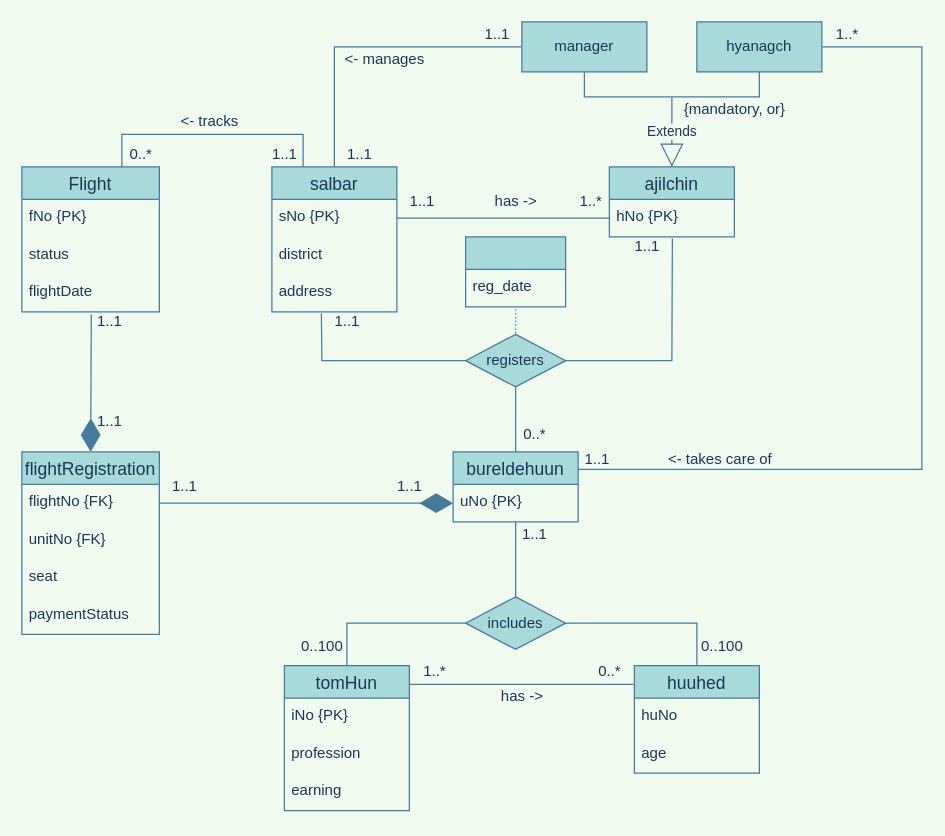
Above: page "Page-3" (3 of 3) of Untitled Diagram.drawio in Tseku210/database_ERD (draw.io), before the change. Source tidied: cells renumbered, new cells numbered last; positions are measured from the earlier drawing's top-left corner, leaving out a move shared by most shapes. Both pictures are drawn from the tidied source at 125%, with x=0, y=0 at pixel (21, 21).
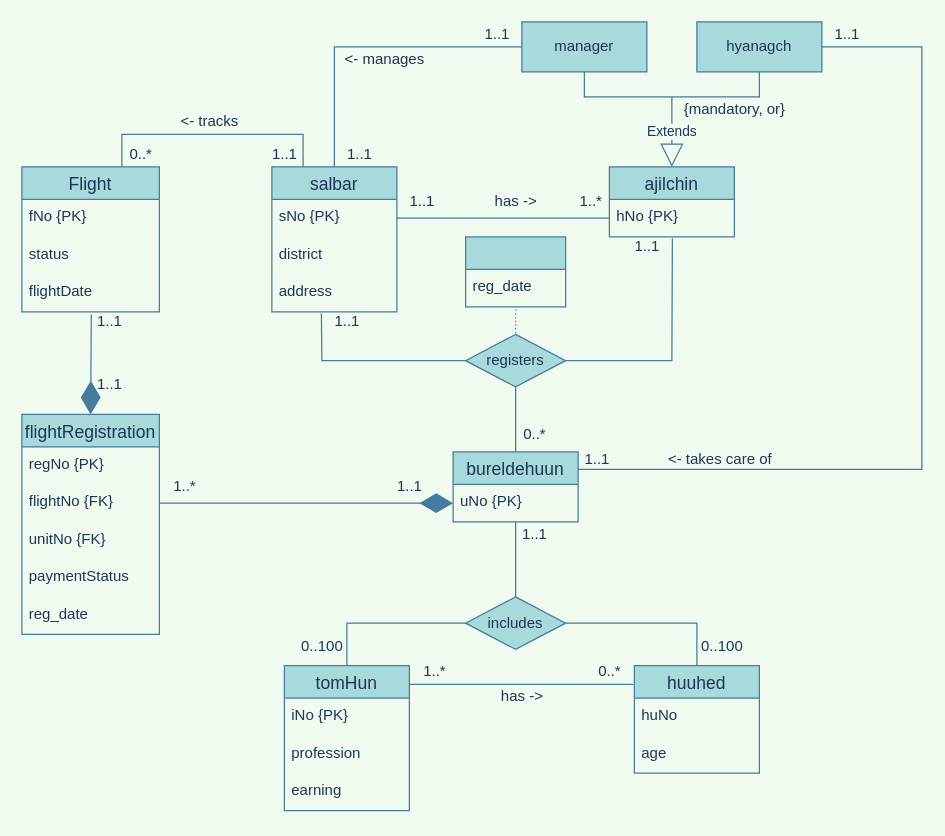
Above is the later version.

What changed in the source:
```diff
@@
     <mxCell id="43" value="flightRegistration" style="swimlane;fontStyle=0;horizontal=1;startSize=26;align=center;fontSize=14;fillColor=#A8DADC;strokeColor=#457B9D;fontColor=#1D3557;" parent="1" vertex="1">
-      <mxGeometry y="344" width="110" height="146" as="geometry" />
+      <mxGeometry y="314" width="110" height="176" as="geometry" />
     </mxCell>
+    <mxCell id="75" value="regNo {PK}" style="text;strokeColor=none;fillColor=none;spacingLeft=4;spacingRight=4;overflow=hidden;fontSize=12;fontColor=#1D3557;" parent="43" vertex="1">
+      <mxGeometry y="26" width="110" height="30" as="geometry" />
+    </mxCell>
     <mxCell id="44" value="flightNo {FK}" style="text;strokeColor=none;fillColor=none;spacingLeft=4;spacingRight=4;overflow=hidden;points=[[0,0.5],[1,0.5]];portConstraint=eastwest;fontSize=12;fontColor=#1D3557;" parent="43" vertex="1">
-      <mxGeometry y="26" width="110" height="30" as="geometry" />
+      <mxGeometry y="56" width="110" height="30" as="geometry" />
     </mxCell>
     <mxCell id="45" value="unitNo {FK}" style="text;strokeColor=none;fillColor=none;spacingLeft=4;spacingRight=4;overflow=hidden;fontSize=12;fontColor=#1D3557;" parent="43" vertex="1">
-      <mxGeometry y="56" width="110" height="30" as="geometry" />
+      <mxGeometry y="86" width="110" height="30" as="geometry" />
     </mxCell>
-    <mxCell id="46" value="seat" style="text;strokeColor=none;fillColor=none;spacingLeft=4;spacingRight=4;overflow=hidden;fontSize=12;fontColor=#1D3557;" parent="43" vertex="1">
-      <mxGeometry y="86" width="110" height="30" as="geometry" />
-    </mxCell>
@@
+    <mxCell id="76" value="reg_date" style="text;strokeColor=none;fillColor=none;spacingLeft=4;spacingRight=4;overflow=hidden;fontSize=12;fontColor=#1D3557;" parent="43" vertex="1">
+      <mxGeometry y="146" width="110" height="30" as="geometry" />
+    </mxCell>
@@
-    <mxCell id="56" value="1..*" style="text;html=1;align=center;verticalAlign=middle;strokeColor=none;fillColor=none;fontColor=#1D3557;" parent="1" vertex="1">
-      <mxGeometry x="645" width="30" height="20" as="geometry" />
+    <mxCell id="56" value="1..1" style="text;html=1;align=center;verticalAlign=middle;strokeColor=none;fillColor=none;fontColor=#1D3557;" parent="1" vertex="1">
+      <mxGeometry x="640" width="40" height="20" as="geometry" />
     </mxCell>
@@
-    <mxCell id="67" value="1..1" style="text;html=1;align=center;verticalAlign=middle;strokeColor=none;fillColor=none;fontColor=#1D3557;" parent="1" vertex="1">
-      <mxGeometry x="110" y="362" width="40" height="20" as="geometry" />
+    <mxCell id="67" value="1..*" style="text;html=1;align=center;verticalAlign=middle;strokeColor=none;fillColor=none;fontColor=#1D3557;" parent="1" vertex="1">
+      <mxGeometry x="115" y="362" width="30" height="20" as="geometry" />
     </mxCell>
     <mxCell id="68" value="1..1" style="text;html=1;align=center;verticalAlign=middle;strokeColor=none;fillColor=none;fontColor=#1D3557;" parent="1" vertex="1">
-      <mxGeometry x="50" y="310" width="40" height="20" as="geometry" />
+      <mxGeometry x="50" y="280" width="40" height="20" as="geometry" />
     </mxCell>
```
